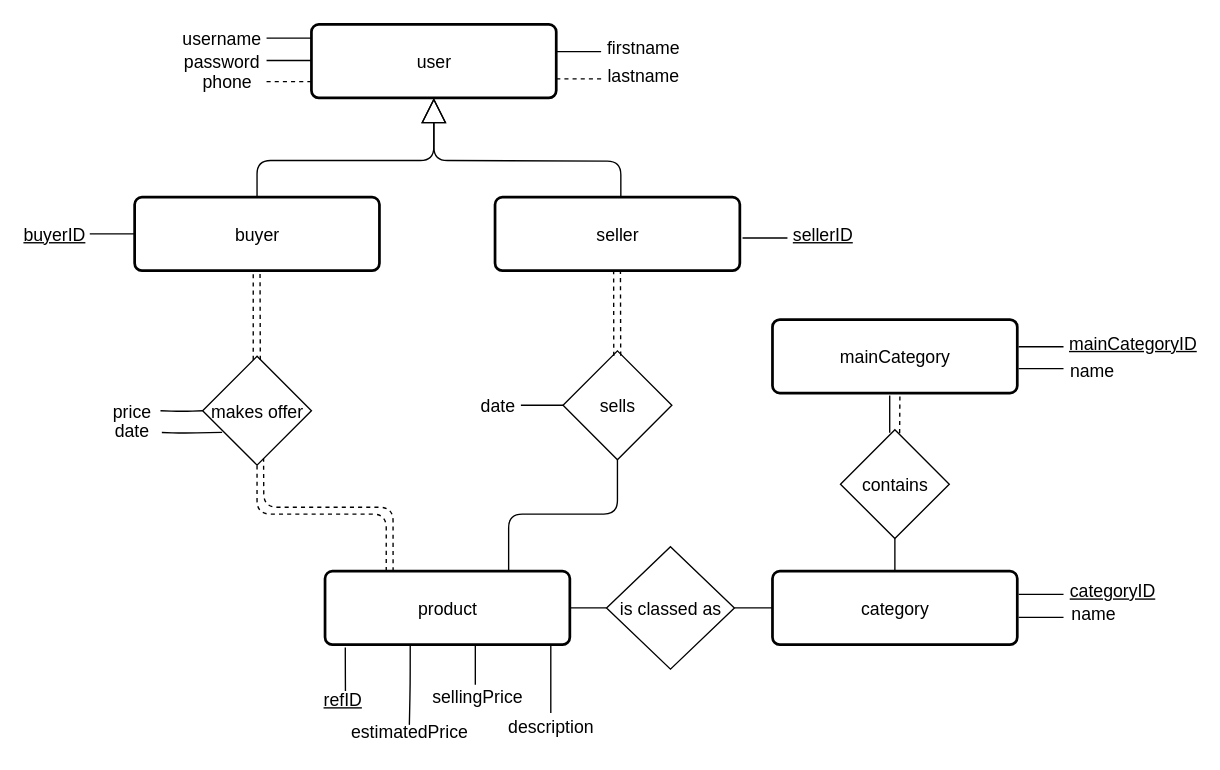
JonathanCaspar/Database-Project keeps this draw.io diagram as modeleEA/modeleEA.drawio. Above is the earlier version. Source tidied: cells renumbered, new cells numbered last; positions are measured from the earlier drawing's top-left corner, leaving out a move shared by most shapes. Both pictures are drawn from the tidied source at 136%, with x=0, y=0 at pixel (26, 23).
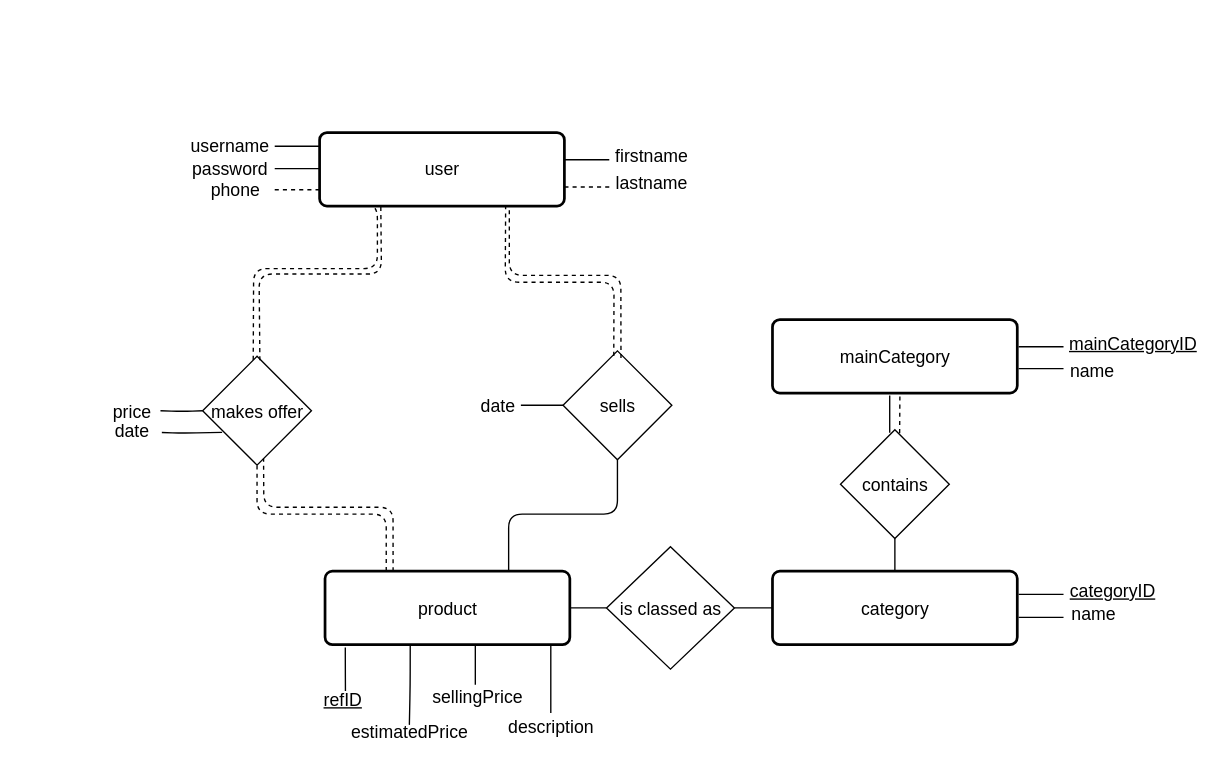
After the change.

Unchanged cells that the change refers to:
```xml
<mxCell id="24" value="makes offer" style="rhombus;whiteSpace=wrap;html=1;fontSize=13;fontColor=none;" parent="1" vertex="1">
  <mxGeometry x="129.5" y="244.5" width="80" height="80" as="geometry" />
</mxCell>
```

Change to the diagram source:
```diff
@@
-    <mxCell id="2" value="buyer" style="strokeWidth=2;rounded=1;arcSize=10;whiteSpace=wrap;html=1;align=center;fontSize=13;" parent="1" vertex="1">
-      <mxGeometry x="79.5" y="127.5" width="180" height="54" as="geometry" />
-    </mxCell>
-    <mxCell id="3" value="seller" style="strokeWidth=2;rounded=1;arcSize=10;whiteSpace=wrap;html=1;align=center;fontSize=13;" parent="1" vertex="1">
-      <mxGeometry x="344.5" y="127.5" width="180" height="54" as="geometry" />
-    </mxCell>
@@
     <mxCell id="7" value="user" style="strokeWidth=2;rounded=1;arcSize=10;whiteSpace=wrap;html=1;align=center;fontSize=13;" parent="1" vertex="1">
-      <mxGeometry x="209.5" y="0.5" width="180" height="54" as="geometry" />
+      <mxGeometry x="215.5" y="80" width="180" height="54" as="geometry" />
     </mxCell>
-    <mxCell id="8" value="Extends" style="endArrow=block;endSize=16;endFill=0;fontSize=13;fontColor=none;noLabel=1;entryX=0.5;entryY=1;entryDx=0;entryDy=0;exitX=0.5;exitY=0;exitDx=0;exitDy=0;" parent="1" edge="1" source="2" target="7">
-      <mxGeometry relative="1" as="geometry">
-        <Array as="points">
-          <mxPoint x="169.5" y="100.5" />
-          <mxPoint x="299.5" y="100.5" />
-        </Array>
-      </mxGeometry>
-    </mxCell>
-    <mxCell id="9" value="Extends" style="endArrow=block;endSize=16;endFill=0;fontSize=13;fontColor=none;noLabel=1;entryX=0.5;entryY=1;entryDx=0;entryDy=0;" parent="1" edge="1" target="7">
-      <mxGeometry relative="1" as="geometry">
-        <mxPoint x="437" y="128" as="sourcePoint" />
-        <Array as="points">
-          <mxPoint x="437" y="101" />
-          <mxPoint x="299.5" y="100.5" />
-        </Array>
-      </mxGeometry>
-    </mxCell>
     <mxCell id="10" style="endArrow=none;html=1;edgeStyle=orthogonalEdgeStyle;fontSize=13;fontColor=none;" parent="1" edge="1">
       <mxGeometry relative="1" as="geometry">
-        <mxPoint x="176.5" y="10.5" as="sourcePoint" />
-        <mxPoint x="209.5" y="10.5" as="targetPoint" />
+        <mxPoint x="182.5" y="90" as="sourcePoint" />
+        <mxPoint x="215.5" y="90" as="targetPoint" />
       </mxGeometry>
     </mxCell>
     <mxCell id="11" style="endArrow=none;html=1;edgeStyle=orthogonalEdgeStyle;fontSize=13;fontColor=none;" parent="1" edge="1">
       <mxGeometry relative="1" as="geometry">
-        <mxPoint x="176.5" y="27" as="sourcePoint" />
-        <mxPoint x="209.5" y="27" as="targetPoint" />
+        <mxPoint x="182.5" y="106.5" as="sourcePoint" />
+        <mxPoint x="215.5" y="106.5" as="targetPoint" />
       </mxGeometry>
     </mxCell>
     <mxCell id="12" style="endArrow=none;html=1;edgeStyle=orthogonalEdgeStyle;fontSize=13;fontColor=none;dashed=1;" parent="1" edge="1">
       <mxGeometry relative="1" as="geometry">
-        <mxPoint x="176.5" y="42.5" as="sourcePoint" />
-        <mxPoint x="209.5" y="42.5" as="targetPoint" />
+        <mxPoint x="182.5" y="122" as="sourcePoint" />
+        <mxPoint x="215.5" y="122" as="targetPoint" />
       </mxGeometry>
     </mxCell>
     <mxCell id="13" style="endArrow=none;html=1;edgeStyle=orthogonalEdgeStyle;fontSize=13;fontColor=none;" parent="1" edge="1">
       <mxGeometry relative="1" as="geometry">
-        <mxPoint x="389.5" y="20.5" as="sourcePoint" />
-        <mxPoint x="422.5" y="20.5" as="targetPoint" />
+        <mxPoint x="395.5" y="100" as="sourcePoint" />
+        <mxPoint x="428.5" y="100" as="targetPoint" />
       </mxGeometry>
     </mxCell>
     <mxCell id="14" style="endArrow=none;html=1;edgeStyle=orthogonalEdgeStyle;fontSize=13;fontColor=none;dashed=1;" parent="1" edge="1">
       <mxGeometry relative="1" as="geometry">
-        <mxPoint x="389.5" y="40.5" as="sourcePoint" />
-        <mxPoint x="422.5" y="40.5" as="targetPoint" />
+        <mxPoint x="395.5" y="120" as="sourcePoint" />
+        <mxPoint x="428.5" y="120" as="targetPoint" />
       </mxGeometry>
     </mxCell>
     <mxCell id="15" value="username" style="text;html=1;strokeColor=none;fillColor=none;align=center;verticalAlign=middle;whiteSpace=wrap;rounded=0;fontSize=13;fontColor=none;" parent="1" vertex="1">
-      <mxGeometry x="123.5" y="0.7" width="40" height="20" as="geometry" />
+      <mxGeometry x="129.5" y="80.2" width="40" height="20" as="geometry" />
     </mxCell>
     <mxCell id="16" value="password" style="text;html=1;strokeColor=none;fillColor=none;align=center;verticalAlign=middle;whiteSpace=wrap;rounded=0;fontSize=13;fontColor=none;" parent="1" vertex="1">
-      <mxGeometry x="123.5" y="17.7" width="40" height="20" as="geometry" />
+      <mxGeometry x="129.5" y="97.2" width="40" height="20" as="geometry" />
     </mxCell>
     <mxCell id="17" value="phone" style="text;html=1;strokeColor=none;fillColor=none;align=center;verticalAlign=middle;whiteSpace=wrap;rounded=0;fontSize=13;fontColor=none;" parent="1" vertex="1">
-      <mxGeometry x="127.5" y="32.7" width="40" height="20" as="geometry" />
+      <mxGeometry x="133.5" y="112.2" width="40" height="20" as="geometry" />
     </mxCell>
     <mxCell id="18" value="firstname" style="text;html=1;strokeColor=none;fillColor=none;align=center;verticalAlign=middle;whiteSpace=wrap;rounded=0;fontSize=13;fontColor=none;" parent="1" vertex="1">
-      <mxGeometry x="433.5" y="7.7" width="40" height="20" as="geometry" />
+      <mxGeometry x="439.5" y="87.2" width="40" height="20" as="geometry" />
     </mxCell>
     <mxCell id="19" value="lastname" style="text;html=1;strokeColor=none;fillColor=none;align=center;verticalAlign=middle;whiteSpace=wrap;rounded=0;fontSize=13;fontColor=none;" parent="1" vertex="1">
-      <mxGeometry x="433.5" y="27.7" width="40" height="20" as="geometry" />
+      <mxGeometry x="439.5" y="107.2" width="40" height="20" as="geometry" />
     </mxCell>
-    <mxCell id="20" style="endArrow=none;html=1;edgeStyle=orthogonalEdgeStyle;fontSize=13;fontColor=none;" parent="1" edge="1">
-      <mxGeometry relative="1" as="geometry">
-        <mxPoint x="46.5" y="154.5" as="sourcePoint" />
-        <mxPoint x="79.5" y="154.5" as="targetPoint" />
-      </mxGeometry>
-    </mxCell>
-    <mxCell id="21" value="&lt;u style=&quot;font-size: 13px;&quot;&gt;buyerID&lt;/u&gt;" style="text;html=1;strokeColor=none;fillColor=none;align=center;verticalAlign=middle;whiteSpace=wrap;rounded=0;fontSize=13;fontColor=none;" parent="1" vertex="1">
-      <mxGeometry x="0.5" y="144.7" width="40" height="20" as="geometry" />
-    </mxCell>
-    <mxCell id="22" style="endArrow=none;html=1;edgeStyle=orthogonalEdgeStyle;fontSize=13;fontColor=none;" parent="1" edge="1">
-      <mxGeometry relative="1" as="geometry">
-        <mxPoint x="526.5" y="157.5" as="sourcePoint" />
-        <mxPoint x="559.5" y="157.5" as="targetPoint" />
-      </mxGeometry>
-    </mxCell>
-    <mxCell id="23" value="sellerID" style="text;html=1;strokeColor=none;fillColor=none;align=center;verticalAlign=middle;whiteSpace=wrap;rounded=0;fontSize=13;fontColor=none;fontStyle=4;" parent="1" vertex="1">
-      <mxGeometry x="565.5" y="144.7" width="40" height="20" as="geometry" />
-    </mxCell>
@@
-    <mxCell id="28" style="endArrow=none;html=1;fontSize=13;fontColor=none;exitX=0.465;exitY=0.033;exitDx=0;exitDy=0;exitPerimeter=0;dashed=1;" parent="1" edge="1" source="24">
+    <mxCell id="28" style="endArrow=none;html=1;fontSize=13;fontColor=none;exitX=0.465;exitY=0.033;exitDx=0;exitDy=0;exitPerimeter=0;dashed=1;" parent="1" edge="1" source="24" target="7">
       <mxGeometry relative="1" as="geometry">
-        <mxPoint x="166.7" y="181.5" as="targetPoint" />
+        <Array as="points">
+          <mxPoint x="167" y="180" />
+          <mxPoint x="258" y="180" />
+          <mxPoint x="258" y="134" />
+          <mxPoint x="248" y="134" />
+        </Array>
       </mxGeometry>
     </mxCell>
@@
-    <mxCell id="55" style="endArrow=none;html=1;fontSize=13;fontColor=none;exitX=0.465;exitY=0.033;exitDx=0;exitDy=0;exitPerimeter=0;dashed=1;" parent="1" edge="1">
+    <mxCell id="55" style="endArrow=none;html=1;fontSize=13;fontColor=none;exitX=0.526;exitY=0.037;exitDx=0;exitDy=0;exitPerimeter=0;dashed=1;entryX=0.25;entryY=1;entryDx=0;entryDy=0;" parent="1" edge="1" source="24" target="7">
       <mxGeometry relative="1" as="geometry">
-        <mxPoint x="171.9" y="247" as="sourcePoint" />
-        <mxPoint x="171.7" y="181.5" as="targetPoint" />
+        <Array as="points">
+          <mxPoint x="171" y="184" />
+          <mxPoint x="261" y="184" />
+        </Array>
       </mxGeometry>
     </mxCell>
-    <mxCell id="56" style="endArrow=none;html=1;fontSize=13;fontColor=none;exitX=0.465;exitY=0.033;exitDx=0;exitDy=0;exitPerimeter=0;dashed=1;" parent="1" edge="1">
+    <mxCell id="56" style="endArrow=none;html=1;fontSize=13;fontColor=none;exitX=0.465;exitY=0.033;exitDx=0;exitDy=0;exitPerimeter=0;dashed=1;entryX=0.76;entryY=0.976;entryDx=0;entryDy=0;entryPerimeter=0;" parent="1" edge="1" target="7">
       <mxGeometry relative="1" as="geometry">
         <mxPoint x="431.8" y="244.2" as="sourcePoint" />
-        <mxPoint x="431.7" y="178.5" as="targetPoint" />
+        <Array as="points">
+          <mxPoint x="432" y="190" />
+          <mxPoint x="352" y="190" />
+        </Array>
       </mxGeometry>
     </mxCell>
-    <mxCell id="57" style="endArrow=none;html=1;fontSize=13;fontColor=none;exitX=0.465;exitY=0.033;exitDx=0;exitDy=0;exitPerimeter=0;dashed=1;" parent="1" edge="1">
+    <mxCell id="57" style="endArrow=none;html=1;fontSize=13;fontColor=none;dashed=1;entryX=0.787;entryY=0.984;entryDx=0;entryDy=0;entryPerimeter=0;exitX=0.556;exitY=0.065;exitDx=0;exitDy=0;exitPerimeter=0;" parent="1" edge="1">
       <mxGeometry relative="1" as="geometry">
-        <mxPoint x="436.9" y="244" as="sourcePoint" />
-        <mxPoint x="436.7" y="178.5" as="targetPoint" />
+        <mxPoint x="437.1" y="245.8" as="sourcePoint" />
+        <mxPoint x="355" y="133.3" as="targetPoint" />
+        <Array as="points">
+          <mxPoint x="437" y="185" />
+          <mxPoint x="355" y="185" />
+        </Array>
       </mxGeometry>
     </mxCell>
```
